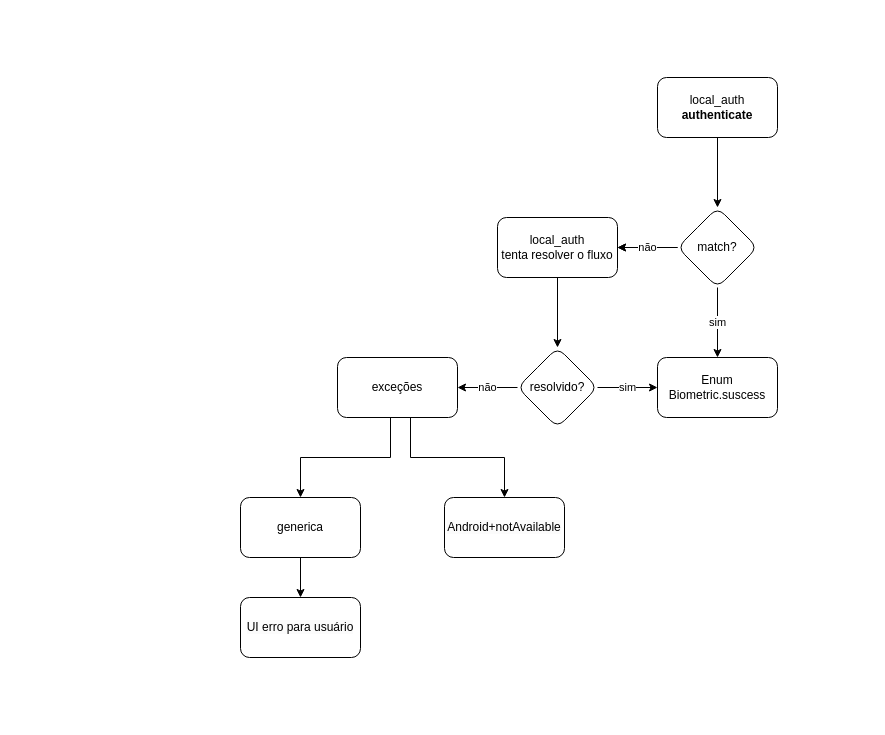
Above: local_auth.drawio in munhozfontana/shared-it (draw.io), before the change. Source tidied: cells renumbered, new cells numbered last; positions are measured from the earlier drawing's top-left corner, leaving out a move shared by most shapes. Both pictures are drawn from the tidied source at 100%, with x=0, y=0 at pixel (240, 77).
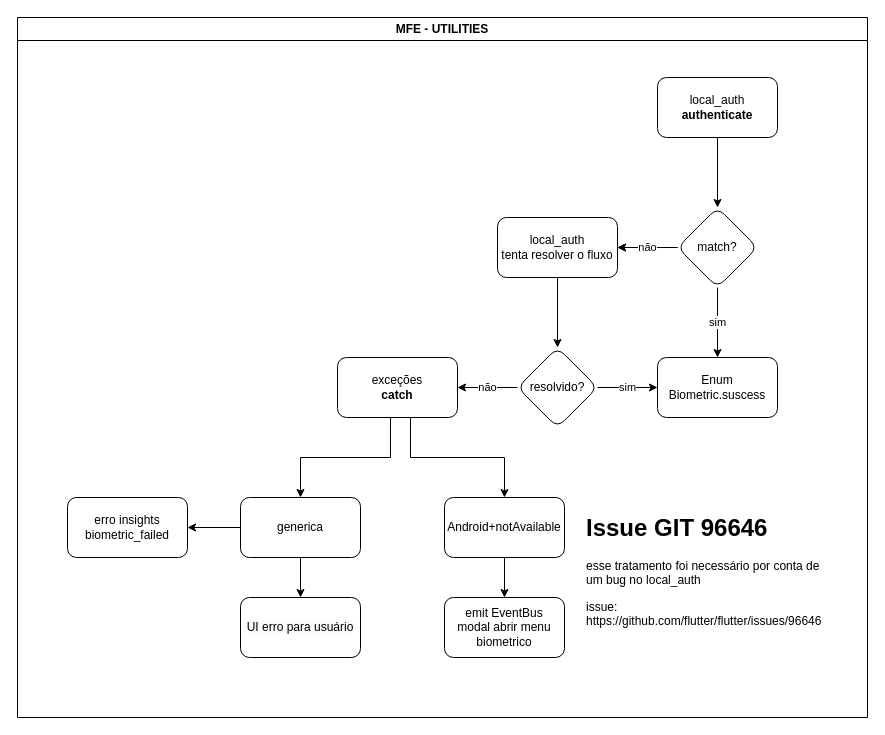
Above is the later version.

The change refers to these unchanged cells:
```xml
<mxCell id="17" value="&lt;span style=&quot;caret-color: rgb(0, 0, 0); color: rgb(0, 0, 0); font-family: Helvetica; font-size: 12px; font-style: normal; font-variant-caps: normal; font-weight: 400; letter-spacing: normal; orphans: auto; text-align: center; text-indent: 0px; text-transform: none; white-space: normal; widows: auto; word-spacing: 0px; -webkit-text-stroke-width: 0px; background-color: rgb(251, 251, 251); text-decoration: none; display: inline !important; float: none;&quot;&gt;Android+notAvailable&lt;/span&gt;" style="whiteSpace=wrap;html=1;rounded=1;" parent="1" vertex="1">
  <mxGeometry x="204" y="420" width="120" height="60" as="geometry" />
</mxCell>
<mxCell id="19" value="generica" style="whiteSpace=wrap;html=1;rounded=1;" parent="1" vertex="1">
  <mxGeometry y="420" width="120" height="60" as="geometry" />
</mxCell>
```

The edit, as a diff of the source:
```diff
@@
-    <mxCell id="16" value="exceções" style="whiteSpace=wrap;html=1;rounded=1;" parent="1" vertex="1">
+    <mxCell id="16" value="exceções&lt;div&gt;&lt;b&gt;catch&lt;/b&gt;&lt;/div&gt;" style="whiteSpace=wrap;html=1;rounded=1;" parent="1" vertex="1">
       <mxGeometry x="97" y="280" width="120" height="60" as="geometry" />
     </mxCell>
+    <mxCell id="21" style="edgeStyle=orthogonalEdgeStyle;rounded=0;jettySize=auto;html=1;" parent="1" edge="1" source="17" target="24">
+      <mxGeometry relative="1" as="geometry" />
+    </mxCell>
@@
+    <mxCell id="22" style="edgeStyle=orthogonalEdgeStyle;rounded=0;jettySize=auto;html=1;" parent="1" edge="1" source="19" target="23">
+      <mxGeometry relative="1" as="geometry" />
+    </mxCell>
@@
+    <mxCell id="23" value="erro insights&lt;div&gt;biometric_failed&lt;/div&gt;" style="whiteSpace=wrap;html=1;rounded=1;" parent="1" vertex="1">
+      <mxGeometry x="-173" y="420" width="120" height="60" as="geometry" />
+    </mxCell>
+    <mxCell id="24" value="emit EventBus&lt;div&gt;modal abrir menu biometrico&lt;/div&gt;" style="whiteSpace=wrap;html=1;rounded=1;" parent="1" vertex="1">
+      <mxGeometry x="204" y="520" width="120" height="60" as="geometry" />
+    </mxCell>
+    <mxCell id="25" value="&lt;h1 style=&quot;margin-top: 0px;&quot;&gt;Issue GIT 96646&lt;/h1&gt;&lt;p&gt;esse tratamento foi necessário por conta de um bug no local_auth&lt;/p&gt;&lt;p&gt;issue: https://github.com/flutter/flutter/issues/96646&lt;/p&gt;" style="text;html=1;whiteSpace=wrap;overflow=hidden;rounded=0;" parent="1" vertex="1">
+      <mxGeometry x="344" y="430" width="250" height="130" as="geometry" />
+    </mxCell>
+    <mxCell id="26" value="MFE - UTILITIES" style="swimlane;whiteSpace=wrap;html=1;" parent="1" vertex="1">
+      <mxGeometry x="-223" y="-60" width="850" height="700" as="geometry" />
+    </mxCell>
```
